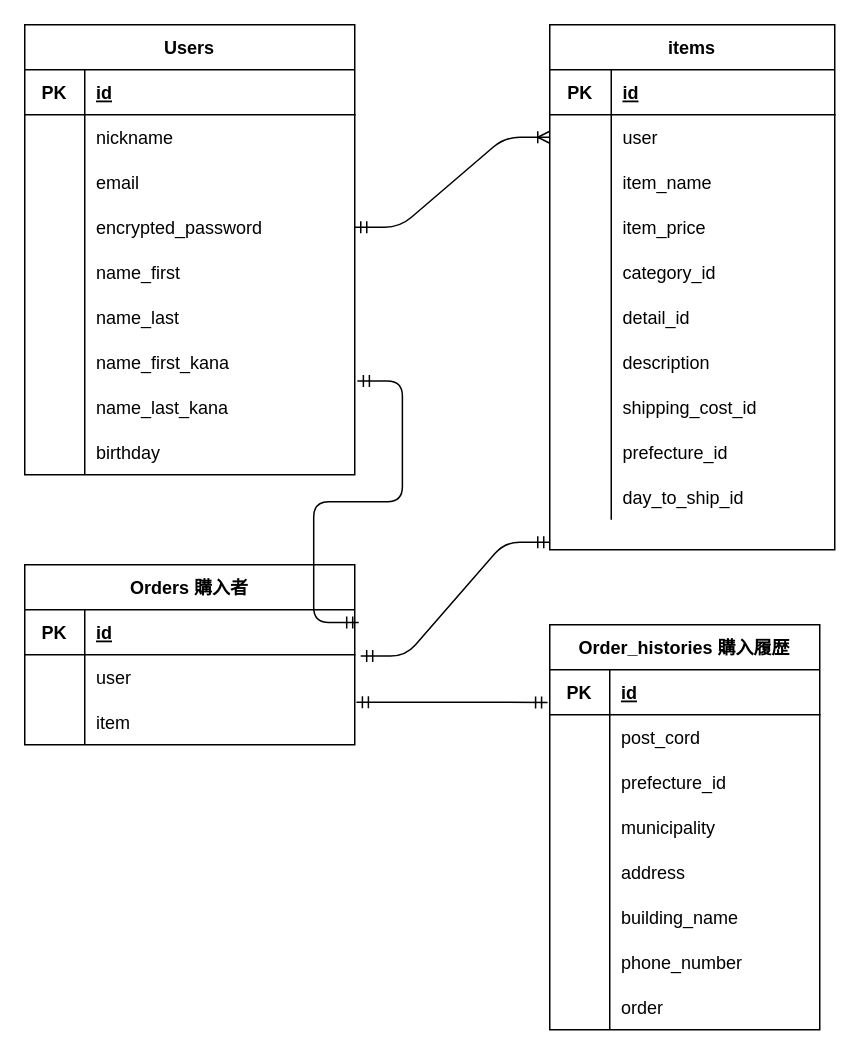
This is erpct.dio from mgm1227/furima-37140, a draw.io file, before an edit. Source tidied: cells renumbered, new cells numbered last; positions are measured from the earlier drawing's top-left corner, leaving out a move shared by most shapes. Both pictures are drawn from the tidied source at 150%, with x=0, y=0 at pixel (24, 24).
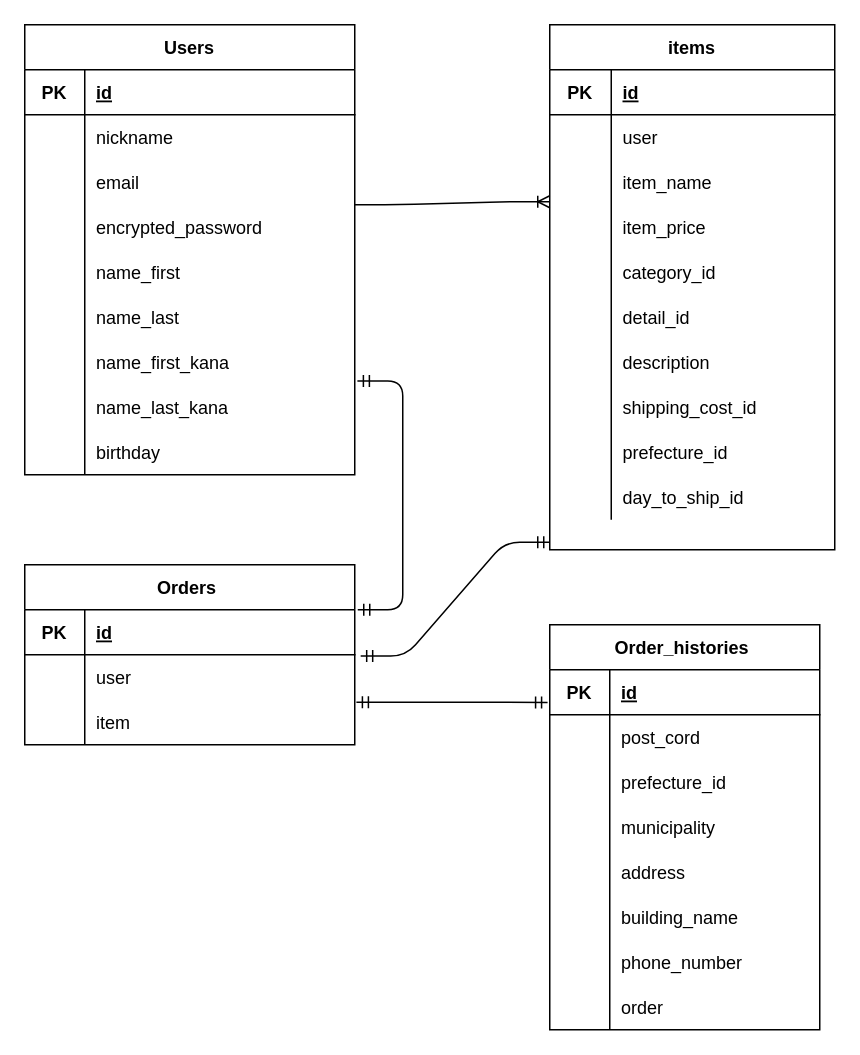
Above is the later version.

Unchanged cells that the change refers to:
```xml
<mxCell id="12" style="shape=partialRectangle;fillColor=none;top=0;left=0;bottom=0;right=0;points=[[0,0.5],[1,0.5]];portConstraint=eastwest;" parent="2" vertex="1">
  <mxGeometry y="120" width="220" height="30" as="geometry" />
</mxCell>
<mxCell id="24" style="shape=partialRectangle;fillColor=none;top=0;left=0;bottom=0;right=0;points=[[0,0.5],[1,0.5]];portConstraint=eastwest;" parent="2" vertex="1">
  <mxGeometry y="240" width="220" height="30" as="geometry" />
</mxCell>
<mxCell id="34" style="shape=partialRectangle;fillColor=none;top=0;left=0;bottom=0;right=0;points=[[0,0.5],[1,0.5]];portConstraint=eastwest;" parent="30" vertex="1">
  <mxGeometry y="60" width="190" height="30" as="geometry" />
</mxCell>
<mxCell id="63" style="shape=partialRectangle;fillColor=none;top=0;left=0;bottom=1;right=0;points=[[0,0.5],[1,0.5]];portConstraint=eastwest;" parent="62" vertex="1">
  <mxGeometry y="30" width="220" height="30" as="geometry" />
</mxCell>
```

The edit, as a diff of the source:
```diff
@@
-    <mxCell id="61" style="edgeStyle=entityRelationEdgeStyle;fontSize=12;html=1;endArrow=ERoneToMany;startArrow=ERmandOne;exitX=1;exitY=0.5;exitDx=0;exitDy=0;" parent="1" edge="1" source="12" target="34">
-      <mxGeometry relative="1" as="geometry" />
-    </mxCell>
-    <mxCell id="62" value="Orders 購入者" style="shape=table;startSize=30;childLayout=tableLayout;rowLines=0;fontStyle=1;align=center;" parent="1" vertex="1">
+    <mxCell id="62" value="Orders " style="shape=table;startSize=30;childLayout=tableLayout;rowLines=0;fontStyle=1;align=center;" parent="1" vertex="1">
       <mxGeometry y="360" width="220" height="120" as="geometry" />
     </mxCell>
@@
-    <mxCell id="72" value="Order_histories 購入履歴" style="shape=table;startSize=30;childLayout=tableLayout;rowLines=0;fontStyle=1;align=center;" parent="1" vertex="1">
+    <mxCell id="72" value="Order_histories " style="shape=table;startSize=30;childLayout=tableLayout;rowLines=0;fontStyle=1;align=center;" parent="1" vertex="1">
       <mxGeometry x="350" y="400" width="180" height="270" as="geometry" />
     </mxCell>
@@
-    <mxCell id="99" style="edgeStyle=entityRelationEdgeStyle;fontSize=12;html=1;endArrow=ERmandOne;startArrow=ERmandOne;entryX=1.008;entryY=-0.081;entryDx=0;entryDy=0;exitX=1.012;exitY=0.281;exitDx=0;exitDy=0;exitPerimeter=0;entryPerimeter=0;" parent="1" edge="1" source="63" target="24">
-      <mxGeometry relative="1" as="geometry" />
+    <mxCell id="99" style="edgeStyle=entityRelationEdgeStyle;fontSize=12;html=1;endArrow=ERmandOne;startArrow=ERmandOne;entryX=1.008;entryY=-0.081;entryDx=0;entryDy=0;entryPerimeter=0;" parent="1" edge="1" target="24">
+      <mxGeometry relative="1" as="geometry">
+        <mxPoint x="222" y="390" as="sourcePoint" />
+      </mxGeometry>
     </mxCell>
+    <mxCell id="100" style="edgeStyle=entityRelationEdgeStyle;fontSize=12;html=1;endArrow=ERoneToMany;" parent="1" edge="1">
+      <mxGeometry relative="1" as="geometry">
+        <mxPoint x="220" y="120" as="sourcePoint" />
+        <mxPoint x="350" y="118" as="targetPoint" />
+      </mxGeometry>
+    </mxCell>
```
